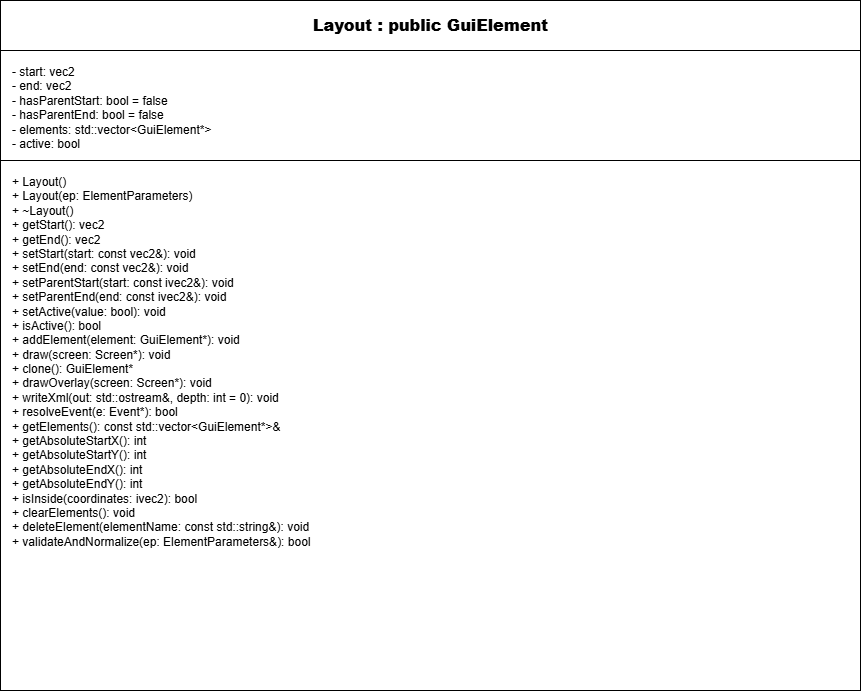
This is images/Layout_UML.png from cgreen2048/ArtHuddle, a draw.io export, as it was before one commit. Source tidied: cells renumbered, new cells last; positions are measured from the earlier drawing's top-left corner, leaving out a move shared by most shapes.
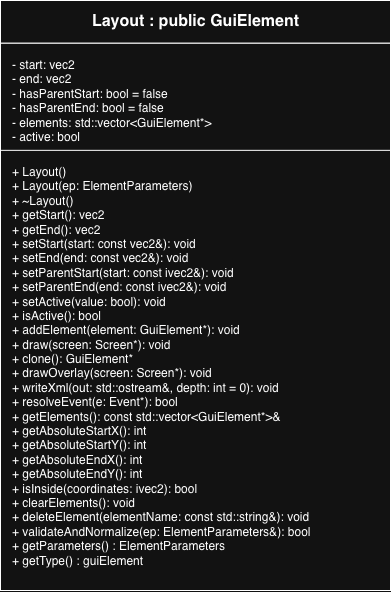
Above is the later version.

Diff of the diagram source:
```diff
@@ -3,16 +3,16 @@
     <mxCell id="0" />
     <mxCell id="1" parent="0" />
     <mxCell id="2" style="shape=rectangle;whiteSpace=wrap;html=1;" parent="1" vertex="1">
-      <mxGeometry width="860" height="690" as="geometry" />
+      <mxGeometry width="390" height="590" as="geometry" />
     </mxCell>
     <mxCell id="3" value="&lt;b&gt;Layout : public GuiElement&lt;/b&gt;" style="shape=rectangle;html=1;align=center;verticalAlign=middle;fontStyle=1;fontSize=16;" parent="2" vertex="1">
-      <mxGeometry width="860" height="50" as="geometry" />
+      <mxGeometry width="390" height="42.8" as="geometry" />
     </mxCell>
     <mxCell id="4" value=" - start: vec2&lt;br&gt; - end: vec2&lt;br&gt; - hasParentStart: bool = false&lt;br&gt; - hasParentEnd: bool = false&lt;br&gt; - elements: std::vector&amp;lt;GuiElement*&amp;gt;&lt;br&gt; - active: bool         " style="shape=rectangle;html=1;align=left;verticalAlign=top;spacingLeft=10;spacingTop=8;" parent="2" vertex="1">
-      <mxGeometry y="50" width="860" height="150" as="geometry" />
+      <mxGeometry y="42.8" width="390" height="128.3" as="geometry" />
     </mxCell>
-    <mxCell id="5" value=" + Layout()&lt;br&gt; + Layout(ep: ElementParameters)&lt;br&gt; + ~Layout()&lt;br&gt; + getStart(): vec2&lt;br&gt; + getEnd(): vec2&lt;br&gt; + setStart(start: const vec2&amp;amp;): void&lt;br&gt; + setEnd(end: const vec2&amp;amp;): void&lt;br&gt; + setParentStart(start: const ivec2&amp;amp;): void&lt;br&gt; + setParentEnd(end: const ivec2&amp;amp;): void&lt;br&gt; + setActive(value: bool): void&lt;br&gt; + isActive(): bool&lt;br&gt; + addElement(element: GuiElement*): void&lt;br&gt; + draw(screen: Screen*): void&lt;br&gt; + clone(): GuiElement*&lt;br&gt; + drawOverlay(screen: Screen*): void&lt;br&gt; + writeXml(out: std::ostream&amp;amp;, depth: int = 0): void&lt;br&gt; + resolveEvent(e: Event*): bool&lt;br&gt; + getElements(): const std::vector&amp;lt;GuiElement*&amp;gt;&amp;amp;&lt;br&gt; + getAbsoluteStartX(): int&lt;br&gt; + getAbsoluteStartY(): int&lt;br&gt; + getAbsoluteEndX(): int&lt;br&gt; + getAbsoluteEndY(): int&lt;br&gt; + isInside(coordinates: ivec2): bool&lt;br&gt; + clearElements(): void&lt;br&gt; + deleteElement(elementName: const std::string&amp;amp;): void&lt;br&gt; + validateAndNormalize(ep: ElementParameters&amp;amp;): bool         " style="shape=rectangle;html=1;align=left;verticalAlign=top;spacingLeft=10;spacingTop=8;" parent="2" vertex="1">
-      <mxGeometry y="160" width="860" height="530" as="geometry" />
+    <mxCell id="5" value=" + Layout()&lt;br&gt; + Layout(ep: ElementParameters)&lt;br&gt; + ~Layout()&lt;br&gt; + getStart(): vec2&lt;br&gt; + getEnd(): vec2&lt;br&gt; + setStart(start: const vec2&amp;amp;): void&lt;br&gt; + setEnd(end: const vec2&amp;amp;): void&lt;br&gt; + setParentStart(start: const ivec2&amp;amp;): void&lt;br&gt; + setParentEnd(end: const ivec2&amp;amp;): void&lt;br&gt; + setActive(value: bool): void&lt;br&gt; + isActive(): bool&lt;br&gt; + addElement(element: GuiElement*): void&lt;br&gt; + draw(screen: Screen*): void&lt;br&gt; + clone(): GuiElement*&lt;br&gt; + drawOverlay(screen: Screen*): void&lt;br&gt; + writeXml(out: std::ostream&amp;amp;, depth: int = 0): void&lt;br&gt; + resolveEvent(e: Event*): bool&lt;br&gt; + getElements(): const std::vector&amp;lt;GuiElement*&amp;gt;&amp;amp;&lt;br&gt; + getAbsoluteStartX(): int&lt;br&gt; + getAbsoluteStartY(): int&lt;br&gt; + getAbsoluteEndX(): int&lt;br&gt; + getAbsoluteEndY(): int&lt;br&gt; + isInside(coordinates: ivec2): bool&lt;br&gt; + clearElements(): void&lt;br&gt; + deleteElement(elementName: const std::string&amp;amp;): void&lt;br&gt; + validateAndNormalize(ep: ElementParameters&amp;amp;): bool&lt;div&gt;+ getParameters() : ElementParameters&lt;/div&gt;&lt;div&gt;+ getType() : guiElement&lt;/div&gt;" style="shape=rectangle;html=1;align=left;verticalAlign=top;spacingLeft=10;spacingTop=8;" parent="2" vertex="1">
+      <mxGeometry y="149.8" width="390" height="440.2" as="geometry" />
     </mxCell>
   </root>
 </mxGraphModel>
```
